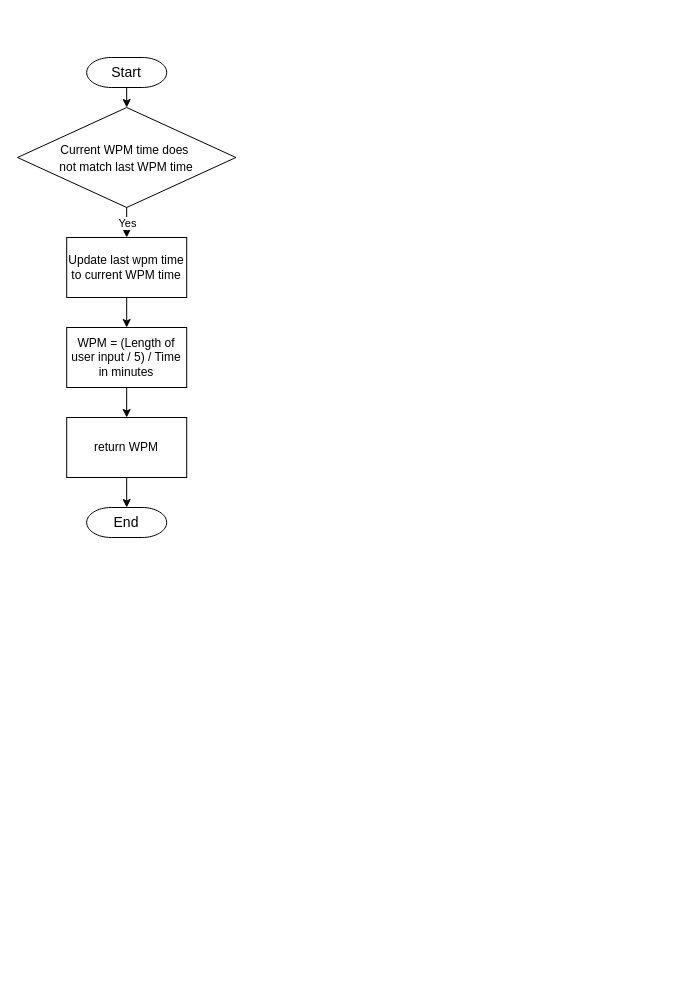
Bxnetic/wahtype keeps this draw.io diagram as diagrams/algorithms/wpmCalculateAlgo.drawio. Above is the earlier version. Source tidied: cells renumbered, new cells numbered last; positions are measured from the earlier drawing's top-left corner, leaving out a move shared by most shapes. Both pictures are drawn from the tidied source at 100%, with x=0, y=0 at pixel (17, 57).
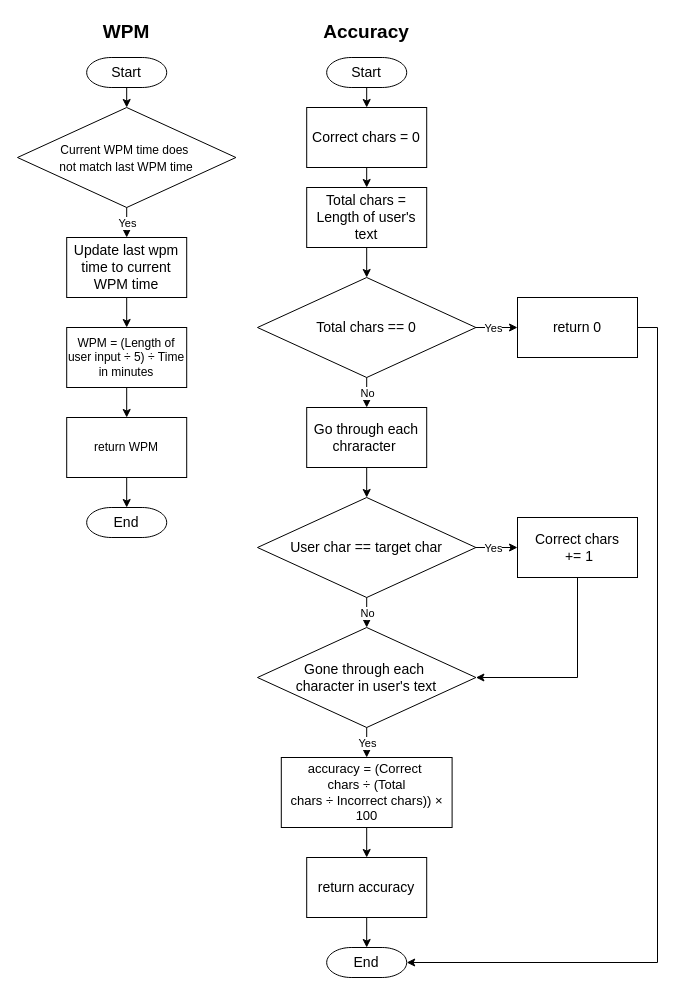
The same page after the edit.

Diff of the diagram source:
```diff
@@
-    <mxCell id="5" value="Update last wpm time to current WPM time" style="rounded=0;whiteSpace=wrap;html=1;" parent="1" vertex="1">
+    <mxCell id="5" value="Update last wpm time to current WPM time" style="rounded=0;whiteSpace=wrap;html=1;fontSize=14;" parent="1" vertex="1">
       <mxGeometry x="49.2" y="180" width="120" height="60" as="geometry" />
     </mxCell>
@@
-    <mxCell id="10" value="WPM = (Length of user input / 5) / Time in minutes" style="rounded=0;whiteSpace=wrap;html=1;" parent="1" vertex="1">
+    <mxCell id="10" value="WPM = (Length of user input&amp;nbsp;&lt;span class=&quot;Yjhzub&quot;&gt;÷&lt;/span&gt;&amp;nbsp;5)&amp;nbsp;&lt;span class=&quot;Yjhzub&quot;&gt;÷&lt;/span&gt;&amp;nbsp;Time in minutes" style="rounded=0;whiteSpace=wrap;html=1;" parent="1" vertex="1">
       <mxGeometry x="49.2" y="270" width="120" height="60" as="geometry" />
     </mxCell>
@@
+    <mxCell id="14" value="&lt;b&gt;WPM&lt;/b&gt;" style="text;html=1;whiteSpace=wrap;strokeColor=none;fillColor=none;align=center;verticalAlign=middle;rounded=0;fontSize=19;fontFamily=Calibri;" parent="1" vertex="1">
+      <mxGeometry x="79.2" y="-40" width="60" height="30" as="geometry" />
+    </mxCell>
+    <mxCell id="15" style="edgeStyle=orthogonalEdgeStyle;rounded=0;jettySize=auto;html=1;exitX=0.5;exitY=1;exitDx=0;exitDy=0;exitPerimeter=0;entryX=0.5;entryY=0;entryDx=0;entryDy=0;" parent="1" edge="1" source="16" target="18">
+      <mxGeometry relative="1" as="geometry" />
+    </mxCell>
+    <mxCell id="16" value="Start" style="strokeWidth=1;html=1;shape=mxgraph.flowchart.terminator;whiteSpace=wrap;fontSize=14;" parent="1" vertex="1">
+      <mxGeometry x="309.2" width="80" height="30" as="geometry" />
+    </mxCell>
+    <mxCell id="17" style="edgeStyle=orthogonalEdgeStyle;rounded=0;jettySize=auto;html=1;exitX=0.5;exitY=1;exitDx=0;exitDy=0;entryX=0.5;entryY=0;entryDx=0;entryDy=0;" parent="1" edge="1" source="18" target="19">
+      <mxGeometry relative="1" as="geometry" />
+    </mxCell>
+    <mxCell id="18" value="Correct chars = 0" style="rounded=0;whiteSpace=wrap;html=1;fontSize=14;" parent="1" vertex="1">
+      <mxGeometry x="289.2" y="50" width="120" height="60" as="geometry" />
+    </mxCell>
+    <mxCell id="19" value="Total chars = Length of user's text" style="rounded=0;whiteSpace=wrap;html=1;fontSize=14;" parent="1" vertex="1">
+      <mxGeometry x="289.2" y="130" width="120" height="60" as="geometry" />
+    </mxCell>
+    <mxCell id="20" value="Go through each chraracter&amp;nbsp;" style="rounded=0;whiteSpace=wrap;html=1;fontSize=14;" parent="1" vertex="1">
+      <mxGeometry x="289.2" y="350" width="120" height="60" as="geometry" />
+    </mxCell>
+    <mxCell id="21" value="Total chars == 0" style="rhombus;html=1;spacing=9;spacingLeft=0;whiteSpace=wrap;labelPosition=center;verticalLabelPosition=middle;align=center;verticalAlign=middle;spacingBottom=0;gradientColor=none;fillColor=default;strokeColor=default;fontFamily=Helvetica;fontSize=14;fontColor=default;" parent="1" vertex="1">
+      <mxGeometry x="240" y="220" width="218.4" height="100" as="geometry" />
+    </mxCell>
+    <mxCell id="22" style="endArrow=classic;html=1;rounded=0;exitX=1;exitY=0.5;exitDx=0;exitDy=0;entryX=0;entryY=0.5;entryDx=0;entryDy=0;" parent="1" edge="1" source="21" target="24">
+      <mxGeometry relative="1" as="geometry" />
+    </mxCell>
+    <mxCell id="23" value="Yes" style="edgeLabel;html=1;align=center;verticalAlign=middle;" parent="22" vertex="1">
+      <mxGeometry relative="1" as="geometry">
+        <mxPoint x="-4" as="offset" />
+      </mxGeometry>
+    </mxCell>
+    <mxCell id="24" value="return 0" style="rounded=0;whiteSpace=wrap;html=1;fontSize=14;" parent="1" vertex="1">
+      <mxGeometry x="500" y="240" width="120" height="60" as="geometry" />
+    </mxCell>
+    <mxCell id="25" value="&lt;div&gt;User char == target char&lt;/div&gt;" style="rhombus;html=1;spacing=9;spacingLeft=0;whiteSpace=wrap;labelPosition=center;verticalLabelPosition=middle;align=center;verticalAlign=middle;spacingBottom=0;gradientColor=none;fillColor=default;strokeColor=default;fontFamily=Helvetica;fontSize=14;fontColor=default;" parent="1" vertex="1">
+      <mxGeometry x="240" y="440" width="218.4" height="100" as="geometry" />
+    </mxCell>
+    <mxCell id="26" style="edgeStyle=orthogonalEdgeStyle;rounded=0;jettySize=auto;html=1;exitX=0.5;exitY=1;exitDx=0;exitDy=0;entryX=1;entryY=0.5;entryDx=0;entryDy=0;" parent="1" edge="1" source="27" target="38">
+      <mxGeometry relative="1" as="geometry" />
+    </mxCell>
+    <mxCell id="27" value="&lt;div&gt;Correct chars&lt;/div&gt;&lt;div&gt;&amp;nbsp;+= 1&lt;/div&gt;" style="rounded=0;whiteSpace=wrap;html=1;fontSize=14;" parent="1" vertex="1">
+      <mxGeometry x="500" y="460" width="120" height="60" as="geometry" />
+    </mxCell>
+    <mxCell id="28" style="endArrow=classic;html=1;rounded=0;exitX=1;exitY=0.5;exitDx=0;exitDy=0;entryX=0;entryY=0.5;entryDx=0;entryDy=0;" parent="1" edge="1" source="25" target="27">
+      <mxGeometry relative="1" as="geometry" />
+    </mxCell>
+    <mxCell id="29" value="Yes" style="edgeLabel;html=1;align=center;verticalAlign=middle;" parent="28" vertex="1">
+      <mxGeometry relative="1" as="geometry">
+        <mxPoint x="-4" as="offset" />
+      </mxGeometry>
+    </mxCell>
+    <mxCell id="30" style="edgeStyle=orthogonalEdgeStyle;rounded=0;jettySize=auto;html=1;exitX=0.5;exitY=1;exitDx=0;exitDy=0;entryX=0.5;entryY=0;entryDx=0;entryDy=0;" parent="1" edge="1" source="31" target="34">
+      <mxGeometry relative="1" as="geometry" />
+    </mxCell>
+    <mxCell id="31" value="&lt;div&gt;&lt;font&gt;accuracy = (Correct&amp;nbsp;&lt;/font&gt;&lt;/div&gt;&lt;div&gt;&lt;font&gt;chars&amp;nbsp;&lt;/font&gt;&lt;span class=&quot;Yjhzub&quot;&gt;÷&lt;/span&gt;&lt;font&gt;&amp;nbsp;(Total chars&amp;nbsp;&lt;/font&gt;&lt;span class=&quot;Yjhzub&quot;&gt;÷&lt;/span&gt;&lt;font&gt;&amp;nbsp;Incorrect chars)) × 100&lt;/font&gt;&lt;/div&gt;" style="rounded=0;whiteSpace=wrap;html=1;fontSize=13;" parent="1" vertex="1">
+      <mxGeometry x="263.8" y="700" width="170.8" height="70" as="geometry" />
+    </mxCell>
+    <mxCell id="32" style="endArrow=classic;html=1;rounded=0;exitX=0.5;exitY=1;exitDx=0;exitDy=0;entryX=0.5;entryY=0;entryDx=0;entryDy=0;" parent="1" edge="1" source="25" target="38">
+      <mxGeometry relative="1" as="geometry" />
+    </mxCell>
+    <mxCell id="33" value="No" style="edgeLabel;html=1;align=center;verticalAlign=middle;" parent="32" vertex="1">
+      <mxGeometry relative="1" as="geometry" />
+    </mxCell>
+    <mxCell id="34" value="return accuracy" style="rounded=0;whiteSpace=wrap;html=1;fontSize=14;" parent="1" vertex="1">
+      <mxGeometry x="289.2" y="800" width="120" height="60" as="geometry" />
+    </mxCell>
+    <mxCell id="35" style="endArrow=classic;html=1;rounded=0;exitX=0.5;exitY=1;exitDx=0;exitDy=0;entryX=0.5;entryY=0;entryDx=0;entryDy=0;" parent="1" edge="1" source="21" target="20">
+      <mxGeometry relative="1" as="geometry" />
+    </mxCell>
+    <mxCell id="36" value="No" style="edgeLabel;html=1;align=center;verticalAlign=middle;" parent="35" vertex="1">
+      <mxGeometry relative="1" as="geometry" />
+    </mxCell>
+    <mxCell id="37" value="Accuracy" style="text;html=1;whiteSpace=wrap;strokeColor=none;fillColor=none;align=center;verticalAlign=middle;rounded=0;fontSize=19;fontFamily=Calibri;fontStyle=1;" parent="1" vertex="1">
+      <mxGeometry x="319.2" y="-40" width="60" height="30" as="geometry" />
+    </mxCell>
+    <mxCell id="38" value="&lt;div&gt;Gone through each&amp;nbsp;&lt;/div&gt;&lt;div&gt;character in user's text&lt;/div&gt;" style="rhombus;html=1;spacing=9;spacingLeft=0;whiteSpace=wrap;labelPosition=center;verticalLabelPosition=middle;align=center;verticalAlign=middle;spacingBottom=0;gradientColor=none;fillColor=default;strokeColor=default;fontFamily=Helvetica;fontSize=14;fontColor=default;" parent="1" vertex="1">
+      <mxGeometry x="240" y="570" width="218.4" height="100" as="geometry" />
+    </mxCell>
+    <mxCell id="39" style="endArrow=classic;html=1;rounded=0;exitX=0.5;exitY=1;exitDx=0;exitDy=0;entryX=0.5;entryY=0;entryDx=0;entryDy=0;" parent="1" edge="1" source="38" target="31">
+      <mxGeometry relative="1" as="geometry" />
+    </mxCell>
+    <mxCell id="40" value="Yes" style="edgeLabel;html=1;align=center;verticalAlign=middle;" parent="39" vertex="1">
+      <mxGeometry relative="1" as="geometry" />
+    </mxCell>
+    <mxCell id="41" value="End" style="strokeWidth=1;html=1;shape=mxgraph.flowchart.terminator;whiteSpace=wrap;fontSize=14;" parent="1" vertex="1">
+      <mxGeometry x="309.2" y="890" width="80" height="30" as="geometry" />
+    </mxCell>
+    <mxCell id="42" style="edgeStyle=orthogonalEdgeStyle;rounded=0;jettySize=auto;html=1;exitX=0.5;exitY=1;exitDx=0;exitDy=0;entryX=0.5;entryY=0;entryDx=0;entryDy=0;entryPerimeter=0;" parent="1" edge="1" source="34" target="41">
+      <mxGeometry relative="1" as="geometry" />
+    </mxCell>
+    <mxCell id="43" style="endArrow=classic;html=1;rounded=0;exitX=0.5;exitY=1;exitDx=0;exitDy=0;entryX=0.5;entryY=0;entryDx=0;entryDy=0;" parent="1" edge="1" source="19" target="21">
+      <mxGeometry relative="1" as="geometry" />
+    </mxCell>
+    <mxCell id="44" style="endArrow=classic;html=1;rounded=0;exitX=0.5;exitY=1;exitDx=0;exitDy=0;entryX=0.5;entryY=0;entryDx=0;entryDy=0;" parent="1" edge="1" source="20" target="25">
+      <mxGeometry relative="1" as="geometry" />
+    </mxCell>
+    <mxCell id="45" style="edgeStyle=orthogonalEdgeStyle;rounded=0;jettySize=auto;html=1;exitX=1;exitY=0.5;exitDx=0;exitDy=0;entryX=1;entryY=0.5;entryDx=0;entryDy=0;entryPerimeter=0;" parent="1" edge="1" source="24" target="41">
+      <mxGeometry relative="1" as="geometry" />
+    </mxCell>
```
